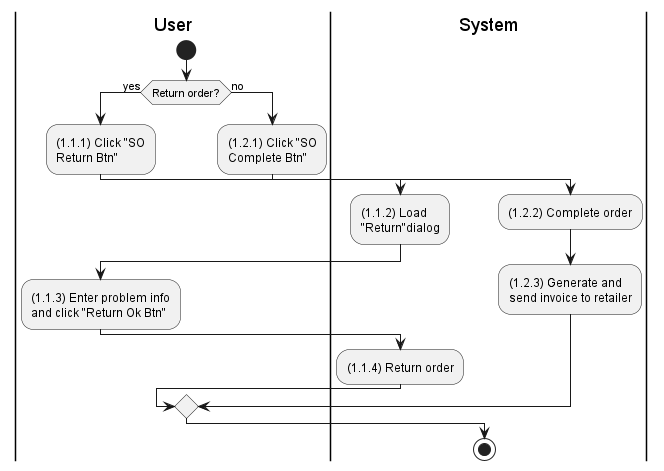
Before: activities/sales-order-complete.png, a diagram exported from PlantUML (phihungha/scmss-reqs). Source of this version:
```plantuml
@startuml sales-order-complete
|u|User
|s|System

|u|
start
if (Return order?) then (yes)
    |u|
    :(1.1.1) Click "SO\nReturn Btn";

    |s|
    :(1.1.2) Load\n"Return"dialog;

    |u|
    :(1.1.3) Enter problem info\nand click "Return Ok Btn";

    |s|
    :(1.1.4) Return order;
else (no)
    |u|
    :(1.2.1) Click "SO\nComplete Btn";

    |s|
    :(1.2.2) Complete order;
    :(1.2.3) Generate and\nsend invoice to retailer;
endif
stop
@enduml
```
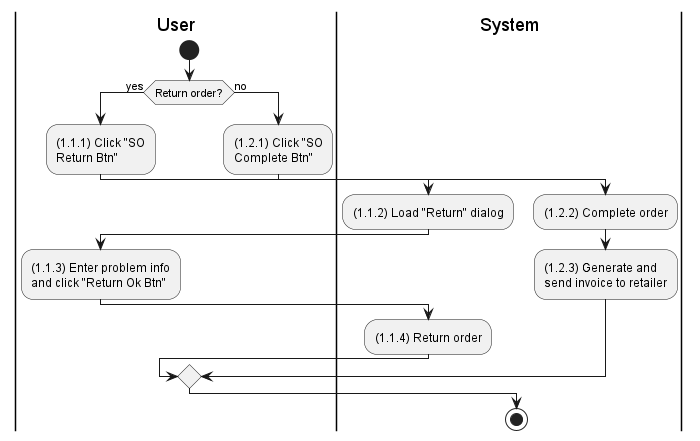
Later version of the same file.

Change to the diagram source:
```diff
@@ -9,7 +9,7 @@
     :(1.1.1) Click "SO\nReturn Btn";
 
     |s|
-    :(1.1.2) Load\n"Return"dialog;
+    :(1.1.2) Load "Return" dialog;
 
     |u|
     :(1.1.3) Enter problem info\nand click "Return Ok Btn";
```
